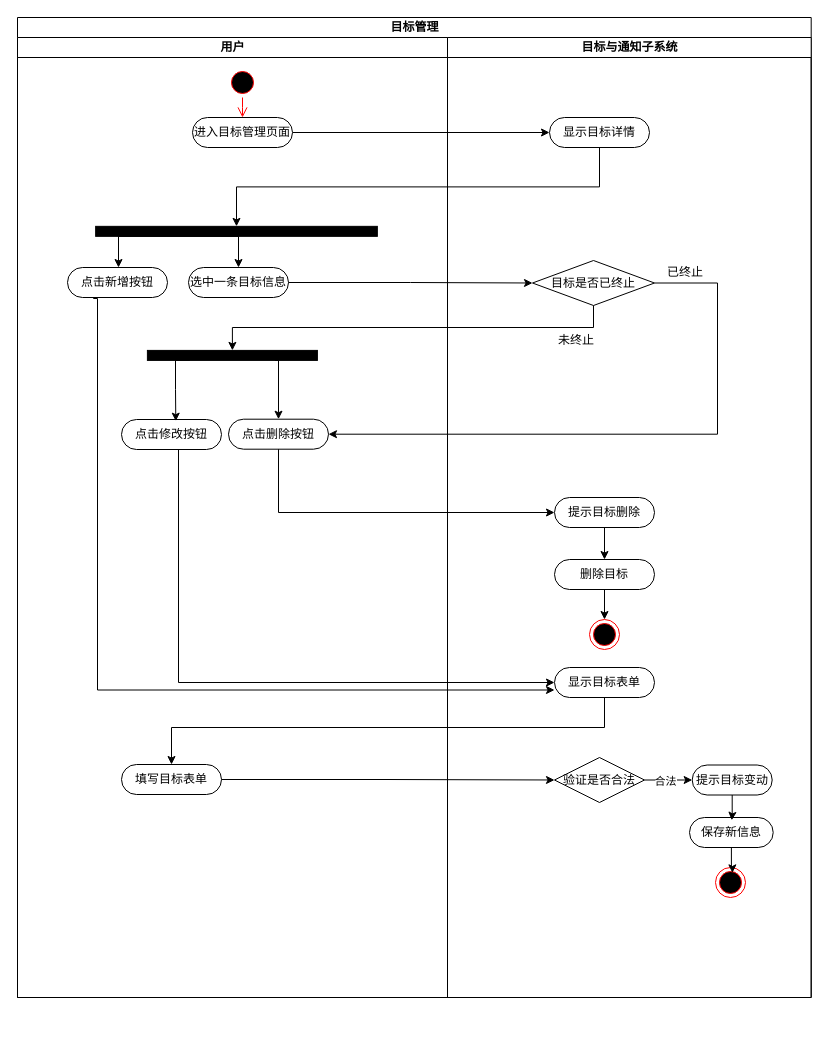
This is 目标管理活动图.drawio from PomeloLemon/SoftwareDiagrams, a draw.io file, before an edit. Source tidied: cells renumbered, new cells numbered last; positions are measured from the earlier drawing's top-left corner, leaving out a move shared by most shapes. Both pictures are drawn from the tidied source at 100%, with x=0, y=0 at pixel (17, 17).
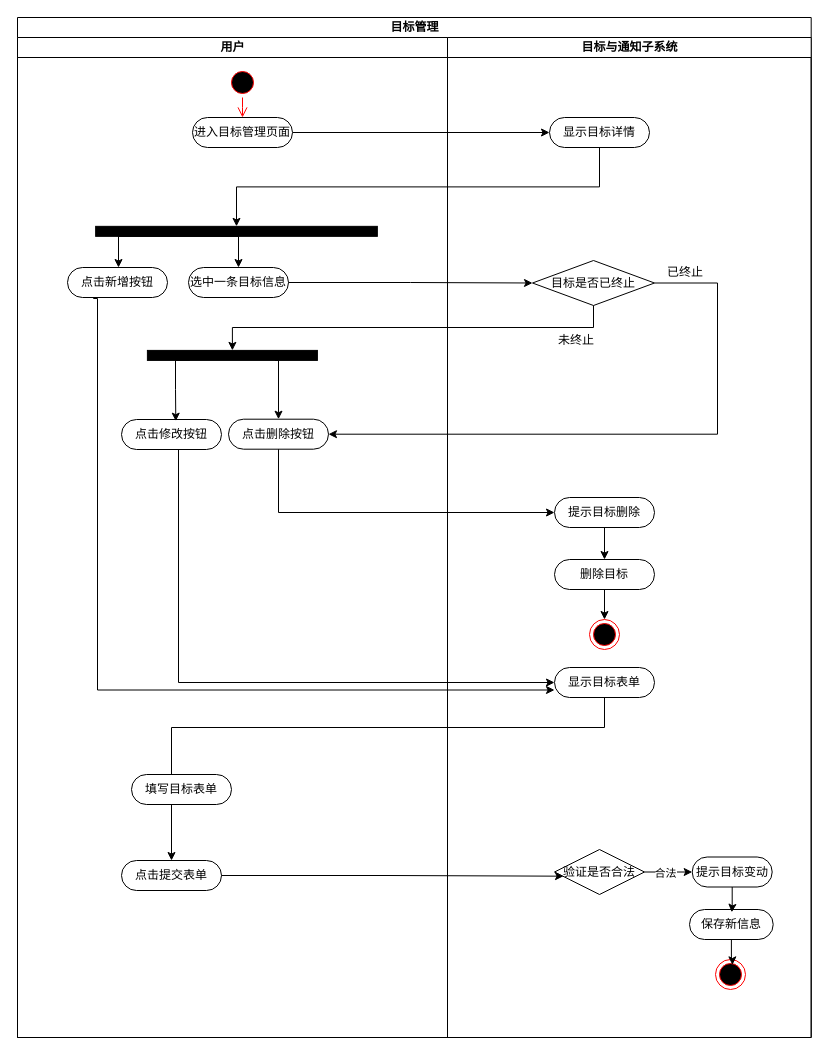
Above is the later version.

Commit message (it also covers changes not shown here):
更新目标管理活动图.drawio

The edit, as a diff of the source:
```diff
@@
     <mxCell id="2" value="目标管理" style="swimlane;startSize=20;html=1;" parent="1" vertex="1">
-      <mxGeometry width="793.7" height="980" as="geometry" />
+      <mxGeometry width="793.7" height="1020" as="geometry" />
     </mxCell>
@@
     <mxCell id="5" value="用户" style="swimlane;startSize=20;html=1;" parent="2" vertex="1">
-      <mxGeometry y="20" width="430" height="960" as="geometry" />
+      <mxGeometry y="20" width="430" height="1000" as="geometry" />
     </mxCell>
@@
-    <mxCell id="17" value="填写目标表单" style="rounded=1;whiteSpace=wrap;html=1;shadow=0;comic=0;labelBackgroundColor=none;strokeWidth=1;fontFamily=Verdana;fontSize=12;align=center;arcSize=50;" parent="5" vertex="1">
-      <mxGeometry x="104" y="727" width="100" height="30" as="geometry" />
+    <mxCell id="17" value="点击提交表单" style="rounded=1;whiteSpace=wrap;html=1;shadow=0;comic=0;labelBackgroundColor=none;strokeWidth=1;fontFamily=Verdana;fontSize=12;align=center;arcSize=50;" parent="5" vertex="1">
+      <mxGeometry x="104" y="823" width="100" height="30" as="geometry" />
     </mxCell>
@@
     <mxCell id="20" value="目标与通知子系统" style="swimlane;startSize=20;html=1;" parent="2" vertex="1">
-      <mxGeometry x="430" y="20" width="363.7" height="960" as="geometry" />
+      <mxGeometry x="430" y="20" width="363.7" height="1000" as="geometry" />
     </mxCell>
@@
     <mxCell id="28" value="验证是否合法" style="rhombus;whiteSpace=wrap;html=1;" parent="20" vertex="1">
-      <mxGeometry x="107" y="720" width="90" height="45" as="geometry" />
+      <mxGeometry x="107" y="812" width="90" height="45" as="geometry" />
     </mxCell>
     <mxCell id="29" value="提示目标变动" style="rounded=1;whiteSpace=wrap;html=1;shadow=0;comic=0;labelBackgroundColor=none;strokeWidth=1;fontFamily=Verdana;fontSize=12;align=center;arcSize=50;" parent="20" vertex="1">
-      <mxGeometry x="244.7" y="727.5" width="80" height="30" as="geometry" />
+      <mxGeometry x="244.7" y="819.5" width="80" height="30" as="geometry" />
     </mxCell>
@@
     <mxCell id="32" value="保存新信息" style="rounded=1;whiteSpace=wrap;html=1;shadow=0;comic=0;labelBackgroundColor=none;strokeWidth=1;fontFamily=Verdana;fontSize=12;align=center;arcSize=50;" parent="20" vertex="1">
-      <mxGeometry x="242" y="780" width="83.7" height="30" as="geometry" />
+      <mxGeometry x="242" y="872" width="83.7" height="30" as="geometry" />
     </mxCell>
@@
     <mxCell id="34" style="ellipse;html=1;shape=endState;fillColor=#000000;strokeColor=#ff0000;" parent="20" vertex="1">
-      <mxGeometry x="268" y="830" width="30" height="30" as="geometry" />
+      <mxGeometry x="268" y="922" width="30" height="30" as="geometry" />
     </mxCell>
@@
-    <mxCell id="41" style="edgeStyle=orthogonalEdgeStyle;rounded=0;jettySize=auto;html=1;entryX=0;entryY=0.5;entryDx=0;entryDy=0;" parent="2" edge="1" source="17" target="28">
-      <mxGeometry relative="1" as="geometry" />
-    </mxCell>
@@
+    <mxCell id="41" style="edgeStyle=orthogonalEdgeStyle;rounded=0;jettySize=auto;html=1;entryX=0.1;entryY=0.593;entryDx=0;entryDy=0;entryPerimeter=0;" parent="2" edge="1" source="17" target="28">
+      <mxGeometry relative="1" as="geometry" />
+    </mxCell>
+    <mxCell id="47" value="填写目标表单" style="rounded=1;whiteSpace=wrap;html=1;shadow=0;comic=0;labelBackgroundColor=none;strokeWidth=1;fontFamily=Verdana;fontSize=12;align=center;arcSize=50;" parent="1" vertex="1">
+      <mxGeometry x="114" y="757" width="100" height="30" as="geometry" />
+    </mxCell>
```
